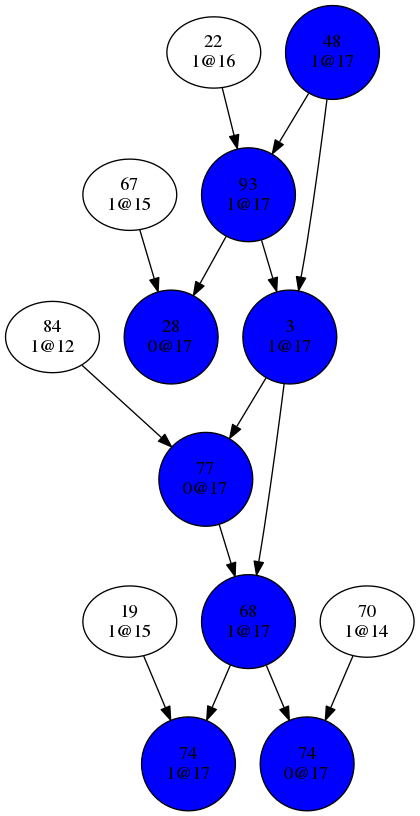
Earlier version of the Graphviz export dev/bin/conflictGraph1.png (Oxmose/SATSolver). Its source is kept beside it as dev/bin/conflictGraph1.dot.
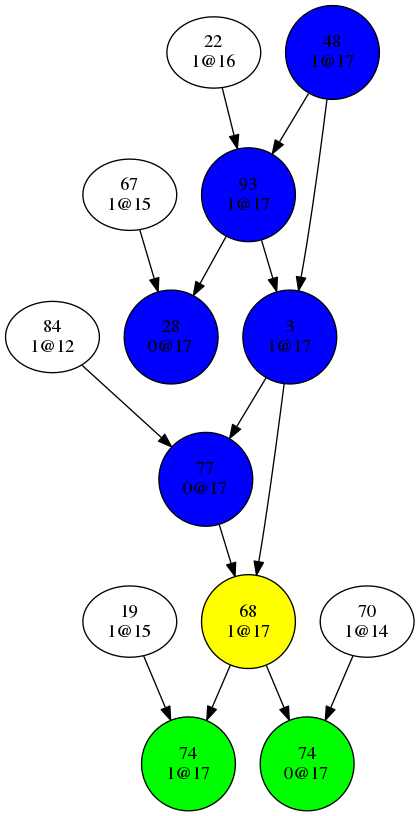
Later version of the same file.

Diff of the diagram source:
```diff
@@ -54,11 +54,11 @@
 "48
 1@17"[shape=circle, style=filled, fillcolor=blue];
 "68
-1@17"[shape=circle, style=filled, fillcolor=blue];
+1@17"[shape=circle, style=filled, fillcolor=yellow];
 "74
-0@17"[shape=circle, style=filled, fillcolor=blue];
+0@17"[shape=circle, style=filled, fillcolor=green];
 "74
-1@17"[shape=circle, style=filled, fillcolor=blue];
+1@17"[shape=circle, style=filled, fillcolor=green];
 "77
 0@17"[shape=circle, style=filled, fillcolor=blue];
 "93
```
